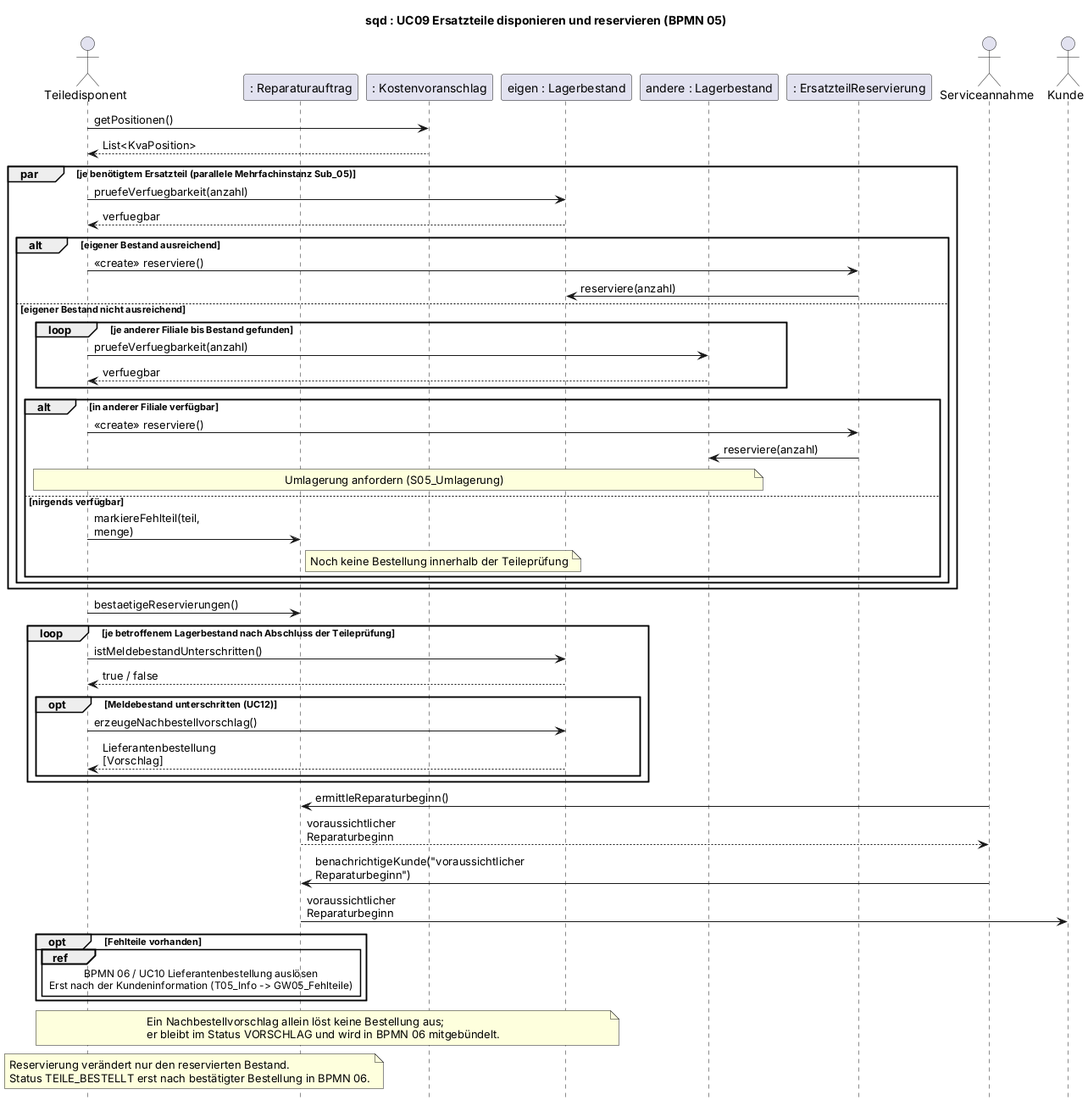
This is 2_uml/entwurf-plantuml/sequenz-03-reservierung.png from jakobschwan123-cmd/casestudy-semester-3, a PlantUML export, as it was before one commit.
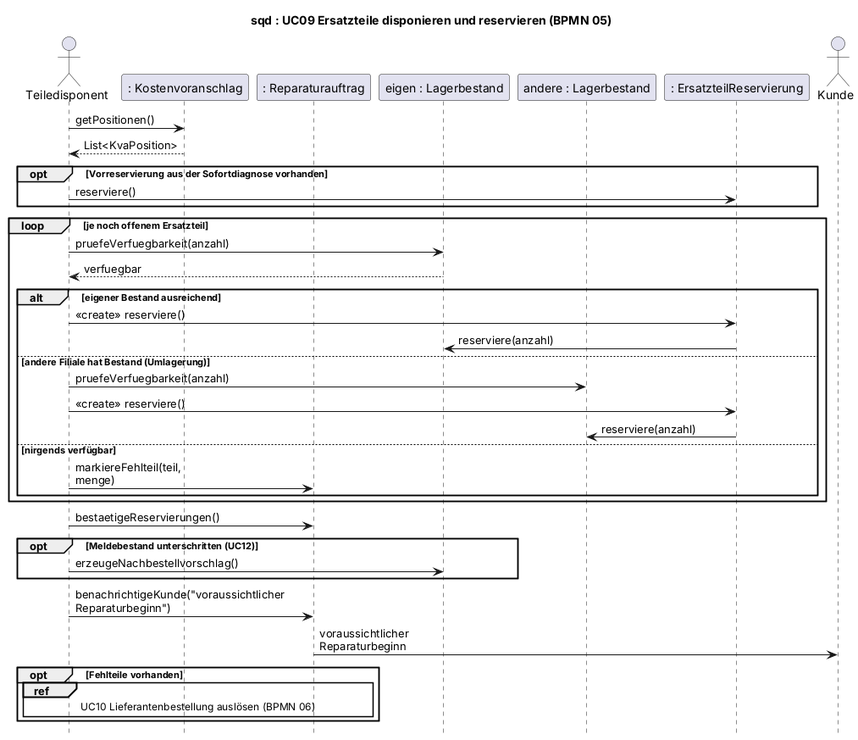
Above is the later version.

The edit, as a diff of the source:
```diff
@@ -2,57 +2,43 @@
 title sqd : UC09 Ersatzteile disponieren und reservieren (BPMN 05)
 skinparam defaultFontName Arial
 skinparam sequenceMessageAlign left
-skinparam maxMessageSize 160
+skinparam maxMessageSize 170
 hide footbox
 
-actor Teiledisponent as Disponent
+actor Teiledisponent as D
+participant ": Kostenvoranschlag" as KVA
 participant ": Reparaturauftrag" as RA
-participant ": Kostenvoranschlag" as KVA
 participant "eigen : Lagerbestand" as LB
 participant "andere : Lagerbestand" as AL
 participant ": ErsatzteilReservierung" as RES
-actor Serviceannahme as SM
 actor Kunde
 
-Disponent -> KVA : getPositionen()
-KVA --> Disponent : List<KvaPosition>
-par je benötigtem Ersatzteil (parallele Mehrfachinstanz Sub_05)
-    Disponent -> LB : pruefeVerfuegbarkeit(anzahl)
-    LB --> Disponent : verfuegbar
+D -> KVA : getPositionen()
+KVA --> D : List<KvaPosition>
+opt Vorreservierung aus der Sofortdiagnose vorhanden
+    D -> RES : reserviere()
+end
+loop je noch offenem Ersatzteil
+    D -> LB : pruefeVerfuegbarkeit(anzahl)
+    LB --> D : verfuegbar
     alt eigener Bestand ausreichend
-        Disponent -> RES : <<create>> reserviere()
+        D -> RES : <<create>> reserviere()
         RES -> LB : reserviere(anzahl)
-    else eigener Bestand nicht ausreichend
-        loop je anderer Filiale bis Bestand gefunden
-            Disponent -> AL : pruefeVerfuegbarkeit(anzahl)
-            AL --> Disponent : verfuegbar
-        end
-        alt in anderer Filiale verfügbar
-            Disponent -> RES : <<create>> reserviere()
-            RES -> AL : reserviere(anzahl)
-            note over Disponent, AL : Umlagerung anfordern (S05_Umlagerung)
-        else nirgends verfügbar
-            Disponent -> RA : markiereFehlteil(teil, menge)
-            note right of RA : Noch keine Bestellung innerhalb der Teileprüfung
-        end
+    else andere Filiale hat Bestand (Umlagerung)
+        D -> AL : pruefeVerfuegbarkeit(anzahl)
+        D -> RES : <<create>> reserviere()
+        RES -> AL : reserviere(anzahl)
+    else nirgends verfügbar
+        D -> RA : markiereFehlteil(teil, menge)
     end
 end
-Disponent -> RA : bestaetigeReservierungen()
-loop je betroffenem Lagerbestand nach Abschluss der Teileprüfung
-    Disponent -> LB : istMeldebestandUnterschritten()
-    LB --> Disponent : true / false
-    opt Meldebestand unterschritten (UC12)
-        Disponent -> LB : erzeugeNachbestellvorschlag()
-        LB --> Disponent : Lieferantenbestellung [Vorschlag]
-    end
+D -> RA : bestaetigeReservierungen()
+opt Meldebestand unterschritten (UC12)
+    D -> LB : erzeugeNachbestellvorschlag()
 end
-SM -> RA : ermittleReparaturbeginn()
-RA --> SM : voraussichtlicher Reparaturbeginn
-SM -> RA : benachrichtigeKunde("voraussichtlicher Reparaturbeginn")
+D -> RA : benachrichtigeKunde("voraussichtlicher Reparaturbeginn")
 RA -> Kunde : voraussichtlicher Reparaturbeginn
 opt Fehlteile vorhanden
-    ref over Disponent, RA : BPMN 06 / UC10 Lieferantenbestellung auslösen\nErst nach der Kundeninformation (T05_Info -> GW05_Fehlteile)
+    ref over D, RA : UC10 Lieferantenbestellung auslösen (BPMN 06)
 end
-note over Disponent, LB : Ein Nachbestellvorschlag allein löst keine Bestellung aus;\ner bleibt im Status VORSCHLAG und wird in BPMN 06 mitgebündelt.
-note over Disponent, RA : Reservierung verändert nur den reservierten Bestand.\nStatus TEILE_BESTELLT erst nach bestätigter Bestellung in BPMN 06.
 @enduml
```
